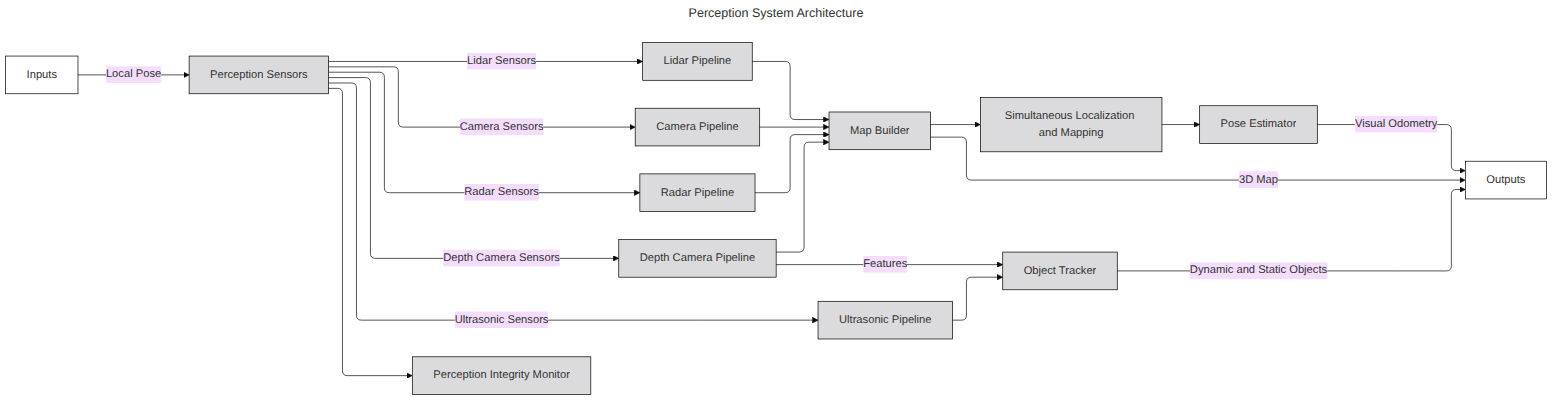
Earlier version of the Mermaid export Systems/Perception/doc/mermaid/PerceptionSystemArchitecture.png (fastrobotics/robot_framework). Its source is kept beside it as Systems/Perception/doc/mermaid/PerceptionSystemArchitecture.mmd.
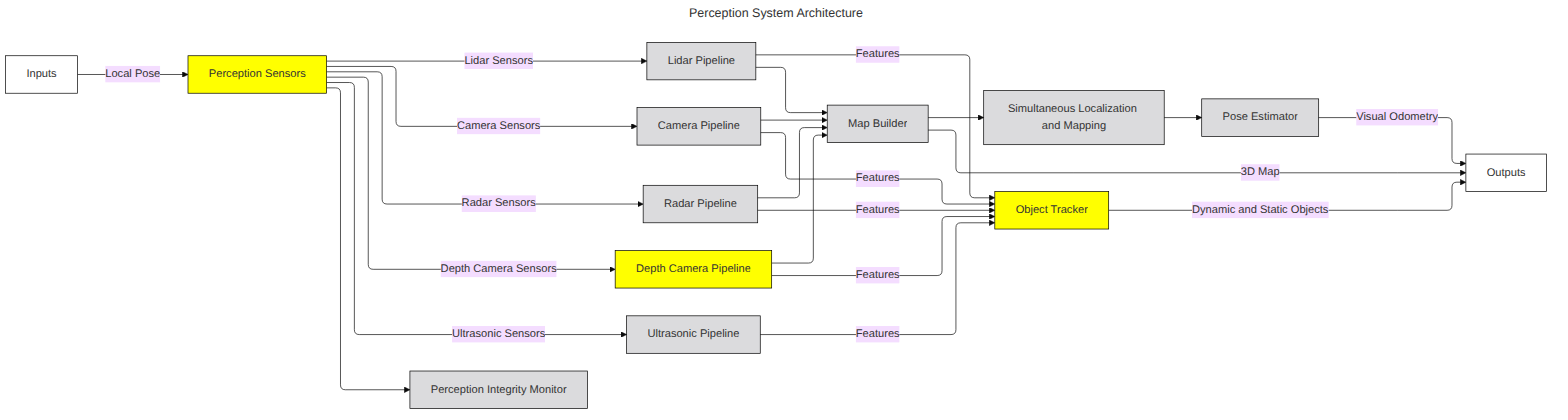
The same diagram one commit later.

The edit, as a diff of the source:
```diff
@@ -64,8 +64,12 @@
     MapBuilder --> SLAM
     SLAM --> PoseEstimator
 
+    LidarPipeline --> | Features | ObjectTracker
+    CameraPipeline --> | Features | ObjectTracker
+    RadarPipeline --> | Features | ObjectTracker
     DepthCameraPipeline --> | Features | ObjectTracker
-    UltrasonicPipeline --> ObjectTracker
+    UltrasonicPipeline --> | Features | ObjectTracker
+
     ObjectTracker --> | Dynamic and Static Objects | Outputs
 
     PoseEstimator --> | Visual Odometry | Outputs
@@ -74,3 +78,4 @@
 
 
     class Inputs,Outputs cssBoundary
+    class PerceptionSensors,DepthCameraPipeline,ObjectTracker cssInvestigating
```
